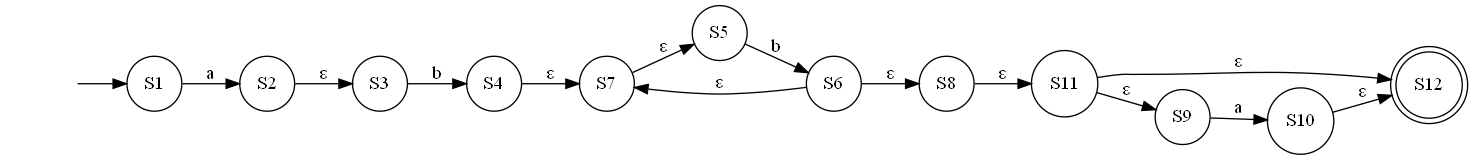
ZiadSheriif/AutoMajestic keeps this Graphviz diagram as output/nfa/nfa.gv.png. Above is the earlier version. Its source is kept beside it as output/nfa/nfa.gv.
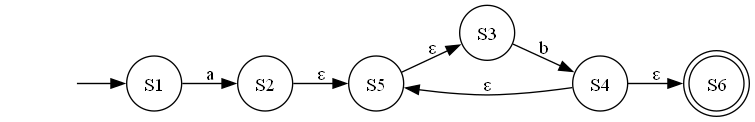
After the change.

The edit, as a diff of the source:
```diff
@@ -3,28 +3,15 @@
 	"" -> S1
 	S1 [shape=circle]
 	S1 -> S2 [label=a]
-	S10 [shape=circle]
-	S10 -> S12 [label="ε"]
-	S11 [shape=circle]
-	S11 -> S9 [label="ε"]
-	S11 -> S12 [label="ε"]
-	S12 [shape=doublecircle]
 	S2 [shape=circle]
-	S2 -> S3 [label="ε"]
+	S2 -> S5 [label="ε"]
 	S3 [shape=circle]
 	S3 -> S4 [label=b]
 	S4 [shape=circle]
-	S4 -> S7 [label="ε"]
+	S4 -> S5 [label="ε"]
+	S4 -> S6 [label="ε"]
 	S5 [shape=circle]
-	S5 -> S6 [label=b]
-	S6 [shape=circle]
-	S6 -> S7 [label="ε"]
-	S6 -> S8 [label="ε"]
-	S7 [shape=circle]
-	S7 -> S5 [label="ε"]
-	S8 [shape=circle]
-	S8 -> S11 [label="ε"]
-	S9 [shape=circle]
-	S9 -> S10 [label=a]
+	S5 -> S3 [label="ε"]
+	S6 [shape=doublecircle]
 	rankdir=LR
 }
```
